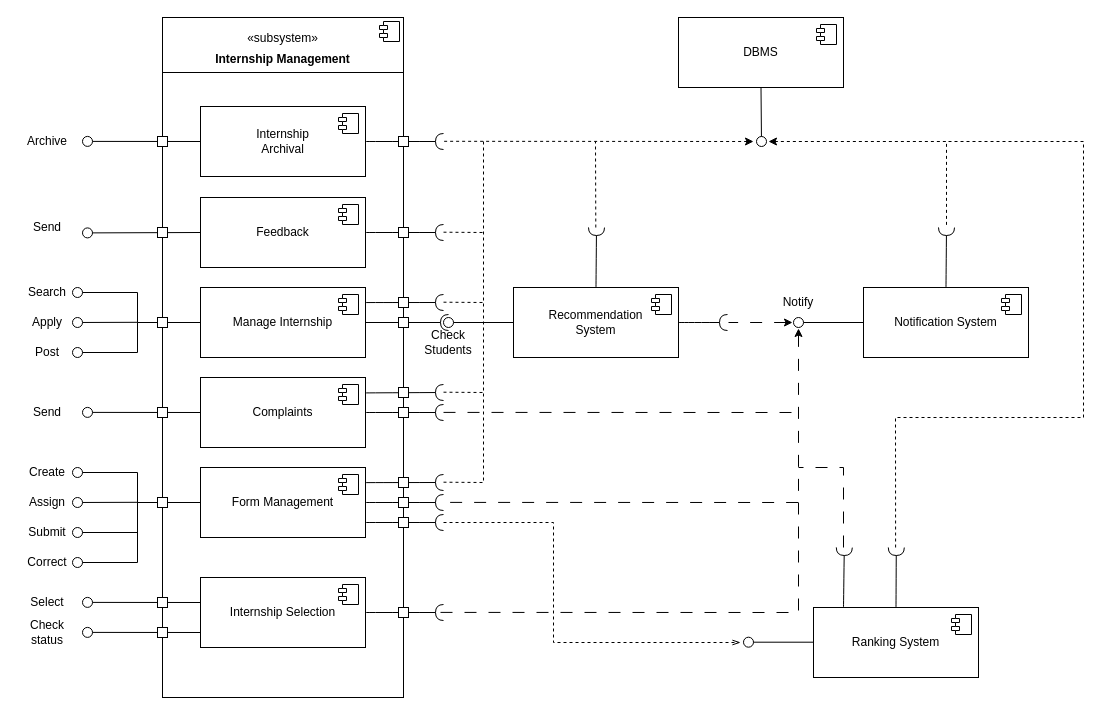
Before: DD/Misc/Component2.drawio in Zero3474/AlkhetiarBonardi, a draw.io diagram. Source tidied: cells renumbered, new cells numbered last; positions are measured from the earlier drawing's top-left corner, leaving out a move shared by most shapes. Both pictures are drawn from the tidied source at 100%, with x=0, y=0 at pixel (17, 17).
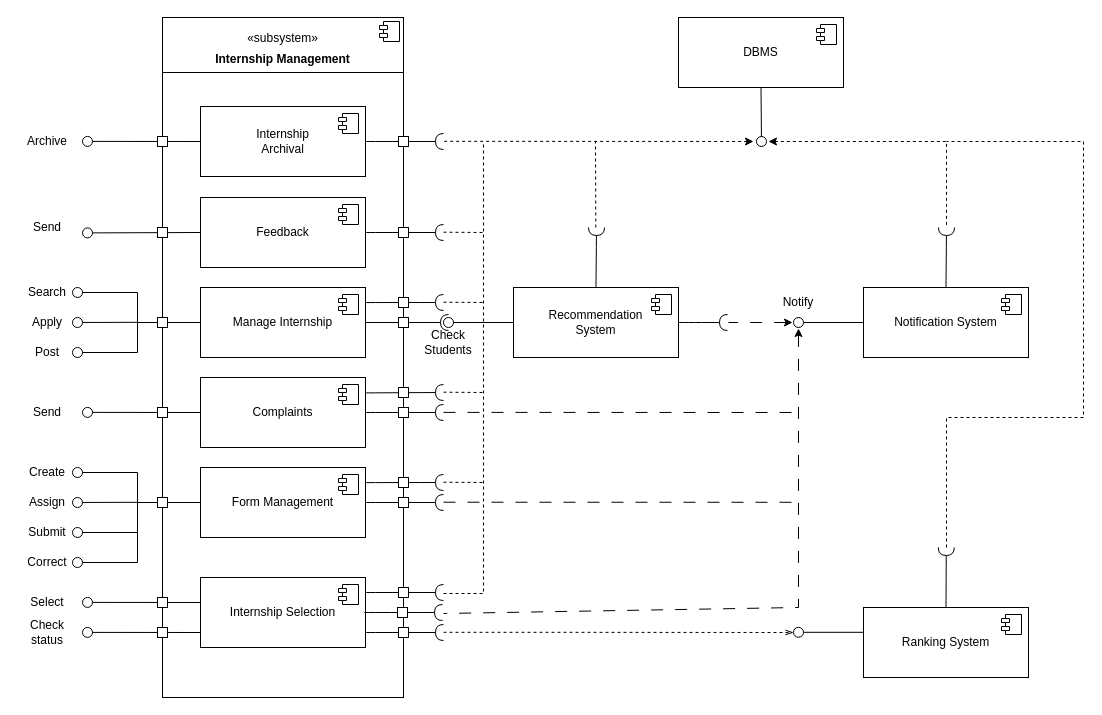
Above is the later version.

Unchanged cells that the change refers to:
```xml
<mxCell id="93" value="Internship Selection" style="html=1;whiteSpace=wrap;rounded=0;" parent="1" vertex="1">
  <mxGeometry x="183" y="560" width="165" height="70" as="geometry" />
</mxCell>
```

The edit, as a diff of the source:
```diff
@@
     <mxCell id="48" style="endArrow=none;dashed=1;html=1;strokeColor=default;startArrow=classic;startFill=1;rounded=0;curved=0;dashPattern=12 12;strokeWidth=1;" parent="1" edge="1">
       <mxGeometry relative="1" as="geometry">
         <mxPoint x="781" y="311" as="sourcePoint" />
-        <mxPoint x="426" y="484.9" as="targetPoint" />
+        <mxPoint x="426" y="596" as="targetPoint" />
         <Array as="points">
-          <mxPoint x="781" y="485" />
+          <mxPoint x="781" y="590" />
         </Array>
       </mxGeometry>
     </mxCell>
@@
     <mxCell id="65" style="endArrow=none;dashed=1;html=1;strokeWidth=1;rounded=0;curved=0;" parent="1" edge="1">
       <mxGeometry relative="1" as="geometry">
-        <mxPoint x="426" y="464.7" as="sourcePoint" />
+        <mxPoint x="426" y="576" as="sourcePoint" />
         <mxPoint x="466" y="124" as="targetPoint" />
         <Array as="points">
-          <mxPoint x="466" y="465" />
+          <mxPoint x="466" y="576" />
         </Array>
       </mxGeometry>
     </mxCell>
@@
     <mxCell id="75" value="Ranking System" style="html=1;whiteSpace=wrap;rounded=0;" parent="1" vertex="1">
-      <mxGeometry x="796" y="590" width="165" height="70" as="geometry" />
+      <mxGeometry x="846" y="590" width="165" height="70" as="geometry" />
     </mxCell>
@@
     <mxCell id="77" style="rounded=0;orthogonalLoop=1;jettySize=auto;html=1;endArrow=halfCircle;endFill=0;endSize=6;strokeWidth=1;fontSize=12;curved=1;exitX=1.001;exitY=0.216;exitDx=0;exitDy=0;exitPerimeter=0;" parent="1" edge="1">
       <mxGeometry relative="1" as="geometry">
-        <mxPoint x="348" y="505" as="sourcePoint" />
-        <mxPoint x="426" y="505" as="targetPoint" />
+        <mxPoint x="348" y="615" as="sourcePoint" />
+        <mxPoint x="426" y="615" as="targetPoint" />
       </mxGeometry>
     </mxCell>
     <mxCell id="78" style="whiteSpace=wrap;html=1;rounded=0;" parent="1" vertex="1">
-      <mxGeometry x="381" y="500" width="10" height="10" as="geometry" />
+      <mxGeometry x="381" y="610" width="10" height="10" as="geometry" />
     </mxCell>
     <mxCell id="79" style="rounded=0;orthogonalLoop=1;jettySize=auto;html=1;endArrow=oval;endFill=0;sourcePerimeterSpacing=0;targetPerimeterSpacing=0;endSize=10;exitX=0;exitY=0.5;exitDx=0;exitDy=0;" parent="1" edge="1">
       <mxGeometry relative="1" as="geometry">
-        <mxPoint x="796" y="624.7" as="sourcePoint" />
-        <mxPoint x="731" y="624.7" as="targetPoint" />
+        <mxPoint x="846" y="614.8" as="sourcePoint" />
+        <mxPoint x="781" y="614.8" as="targetPoint" />
       </mxGeometry>
     </mxCell>
     <mxCell id="80" style="endArrow=openThin;html=1;rounded=0;curved=0;dashed=1;endFill=0;" parent="1" edge="1">
       <mxGeometry relative="1" as="geometry">
-        <mxPoint x="426" y="505" as="sourcePoint" />
-        <mxPoint x="723" y="625" as="targetPoint" />
+        <mxPoint x="426" y="614.8" as="sourcePoint" />
+        <mxPoint x="776" y="615" as="targetPoint" />
         <Array as="points">
-          <mxPoint x="536" y="505" />
-          <mxPoint x="536" y="625" />
+          <mxPoint x="526" y="614.8" />
         </Array>
       </mxGeometry>
     </mxCell>
     <mxCell id="81" style="rounded=0;jettySize=auto;html=1;endArrow=halfCircle;endFill=0;endSize=6;strokeWidth=1;fontSize=12;curved=1;exitX=0.5;exitY=0;exitDx=0;exitDy=0;" parent="1" edge="1" source="75">
       <mxGeometry relative="1" as="geometry">
-        <mxPoint x="878.8" y="530" as="targetPoint" />
+        <mxPoint x="928.8" y="530" as="targetPoint" />
       </mxGeometry>
     </mxCell>
     <mxCell id="82" style="endArrow=none;dashed=1;html=1;rounded=0;curved=0;" parent="1" edge="1">
       <mxGeometry relative="1" as="geometry">
-        <mxPoint x="878.1" y="530" as="sourcePoint" />
+        <mxPoint x="929" y="530" as="sourcePoint" />
         <mxPoint x="929" y="124" as="targetPoint" />
         <Array as="points">
-          <mxPoint x="878" y="400" />
+          <mxPoint x="929" y="400" />
           <mxPoint x="1066" y="400" />
           <mxPoint x="1066" y="124" />
         </Array>
       </mxGeometry>
     </mxCell>
-    <mxCell id="83" style="rounded=0;orthogonalLoop=1;jettySize=auto;html=1;endArrow=halfCircle;endFill=0;endSize=6;strokeWidth=1;fontSize=12;curved=1;exitX=0.5;exitY=0;exitDx=0;exitDy=0;" parent="1" edge="1">
-      <mxGeometry relative="1" as="geometry">
-        <mxPoint x="826" y="590" as="sourcePoint" />
-        <mxPoint x="826.8" y="530" as="targetPoint" />
-      </mxGeometry>
-    </mxCell>
-    <mxCell id="84" style="endArrow=none;dashed=1;html=1;rounded=0;dashPattern=12 12;" parent="1" edge="1">
-      <mxGeometry relative="1" as="geometry">
-        <mxPoint x="826" y="530" as="sourcePoint" />
-        <mxPoint x="781" y="450" as="targetPoint" />
-        <Array as="points">
-          <mxPoint x="826" y="450" />
-        </Array>
-      </mxGeometry>
-    </mxCell>
@@
-    <mxCell id="98" style="rounded=0;jettySize=auto;html=1;endArrow=halfCircle;endFill=0;endSize=6;strokeWidth=1;fontSize=12;curved=1;exitX=1;exitY=0.5;exitDx=0;exitDy=0;" parent="1" edge="1" source="93">
+    <mxCell id="98" style="rounded=0;orthogonalLoop=1;jettySize=auto;html=1;endArrow=halfCircle;endFill=0;endSize=6;strokeWidth=1;fontSize=12;curved=1;exitX=1;exitY=0.5;exitDx=0;exitDy=0;" parent="1" edge="1">
       <mxGeometry relative="1" as="geometry">
-        <mxPoint x="426" y="595" as="targetPoint" />
+        <mxPoint x="348" y="575" as="sourcePoint" />
+        <mxPoint x="426" y="575" as="targetPoint" />
       </mxGeometry>
     </mxCell>
     <mxCell id="99" style="whiteSpace=wrap;html=1;rounded=0;" parent="1" vertex="1">
-      <mxGeometry x="381" y="590" width="10" height="10" as="geometry" />
+      <mxGeometry x="381" y="570" width="10" height="10" as="geometry" />
     </mxCell>
-    <mxCell id="100" style="endArrow=none;dashed=1;html=1;strokeColor=default;startArrow=none;startFill=0;rounded=0;curved=0;dashPattern=12 12;strokeWidth=1;" parent="1" edge="1">
-      <mxGeometry relative="1" as="geometry">
-        <mxPoint x="781" y="485" as="sourcePoint" />
-        <mxPoint x="419" y="594.9" as="targetPoint" />
-        <Array as="points">
-          <mxPoint x="781" y="595" />
-        </Array>
-      </mxGeometry>
-    </mxCell>
@@
+    <mxCell id="104" style="rounded=0;orthogonalLoop=1;jettySize=auto;html=1;endArrow=halfCircle;endFill=0;endSize=6;strokeWidth=1;fontSize=12;curved=1;exitX=1;exitY=0.5;exitDx=0;exitDy=0;" parent="1" edge="1">
+      <mxGeometry relative="1" as="geometry">
+        <mxPoint x="347" y="595" as="sourcePoint" />
+        <mxPoint x="425" y="595" as="targetPoint" />
+      </mxGeometry>
+    </mxCell>
+    <mxCell id="105" style="whiteSpace=wrap;html=1;rounded=0;" parent="1" vertex="1">
+      <mxGeometry x="380" y="590" width="10" height="10" as="geometry" />
+    </mxCell>
+    <mxCell id="106" style="endArrow=none;dashed=1;html=1;" parent="1" edge="1">
+      <mxGeometry relative="1" as="geometry">
+        <mxPoint x="426" y="464.7" as="sourcePoint" />
+        <mxPoint x="466" y="465" as="targetPoint" />
+      </mxGeometry>
+    </mxCell>
+    <mxCell id="107" style="endArrow=none;dashed=1;html=1;dashPattern=12 12;strokeWidth=1;" parent="1" edge="1">
+      <mxGeometry relative="1" as="geometry">
+        <mxPoint x="426" y="484.7" as="sourcePoint" />
+        <mxPoint x="781" y="484.8" as="targetPoint" />
+      </mxGeometry>
+    </mxCell>
```
